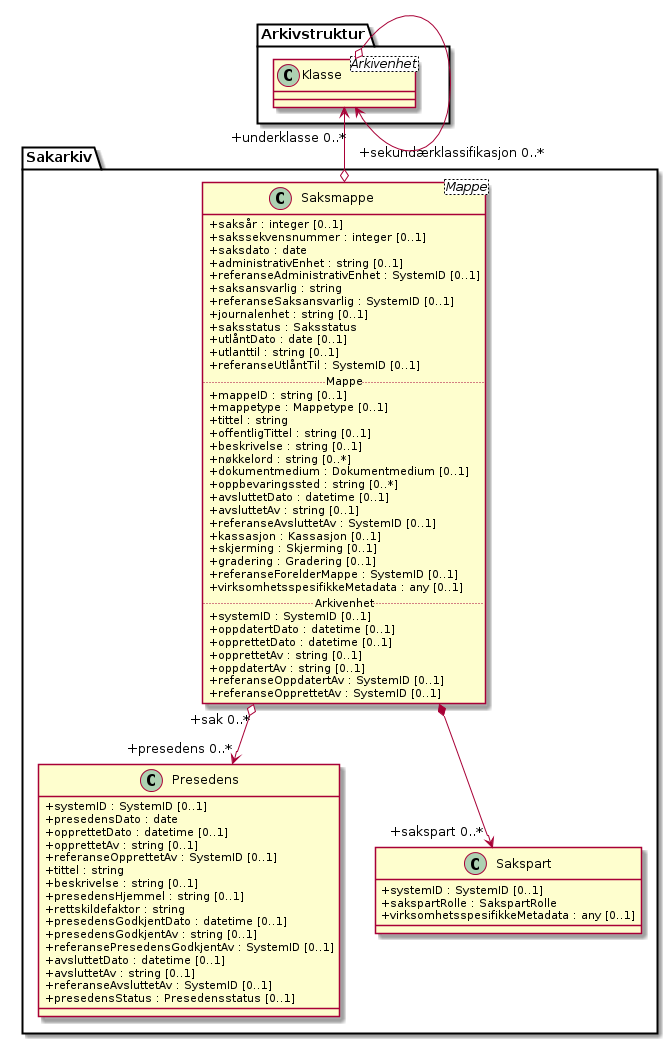
Above: kapitler/media/uml-saksmappe.png in arkivverket/noark5-tjenestegrensesnitt-standard (PlantUML), before the change. Its diagram source:
```plantuml
@startuml
skinparam classAttributeIconSize 0

class Sakarkiv.Saksmappe <Mappe> {
  +saksår : integer [0..1]
  +sakssekvensnummer : integer [0..1]
  +saksdato : date
  +administrativEnhet : string [0..1]
  +referanseAdministrativEnhet : SystemID [0..1]
  +saksansvarlig : string
  +referanseSaksansvarlig : SystemID [0..1]
  +journalenhet : string [0..1]
  +saksstatus : Saksstatus
  +utlåntDato : date [0..1]
  +utlanttil : string [0..1]
  +referanseUtlåntTil : SystemID [0..1]

  .. Mappe ..
  +mappeID : string [0..1]
  +mappetype : Mappetype [0..1]
  +tittel : string
  +offentligTittel : string [0..1]
  +beskrivelse : string [0..1]
  +nøkkelord : string [0..*]
  +dokumentmedium : Dokumentmedium [0..1]
  +oppbevaringssted : string [0..*]
  +avsluttetDato : datetime [0..1]
  +avsluttetAv : string [0..1]
  +referanseAvsluttetAv : SystemID [0..1]
  +kassasjon : Kassasjon [0..1]
  +skjerming : Skjerming [0..1]
  +gradering : Gradering [0..1]
  +referanseForelderMappe : SystemID [0..1]
  +virksomhetsspesifikkeMetadata : any [0..1]

  .. Arkivenhet ..
  +systemID : SystemID [0..1]
  +oppdatertDato : datetime [0..1]
  +opprettetDato : datetime [0..1]
  +opprettetAv : string [0..1]
  +oppdatertAv : string [0..1]
  +referanseOppdatertAv : SystemID [0..1]
  +referanseOpprettetAv : SystemID [0..1]
}
class Sakarkiv.Presedens {
  +systemID : SystemID [0..1]
  +presedensDato : date
  +opprettetDato : datetime [0..1]
  +opprettetAv : string [0..1]
  +referanseOpprettetAv : SystemID [0..1]
  +tittel : string
  +beskrivelse : string [0..1]
  +presedensHjemmel : string [0..1]
  +rettskildefaktor : string
  +presedensGodkjentDato : datetime [0..1]
  +presedensGodkjentAv : string [0..1]
  +referansePresedensGodkjentAv : SystemID [0..1]
  +avsluttetDato : datetime [0..1]
  +avsluttetAv : string [0..1]
  +referanseAvsluttetAv : SystemID [0..1]
  +presedensStatus : Presedensstatus [0..1]
}
class Sakarkiv.Sakspart {
  +systemID : SystemID [0..1]
  +sakspartRolle : SakspartRolle
  +virksomhetsspesifikkeMetadata : any [0..1]
}

class Arkivstruktur.Klasse <Arkivenhet>
Arkivstruktur.Klasse "\n\n+sekundærklassifikasjon 0..*"  <--o Sakarkiv.Saksmappe
Arkivstruktur.Klasse o--> "\n+underklasse 0..*" Arkivstruktur.Klasse
Sakarkiv.Saksmappe "+sak 0..*" o--> "+presedens 0..*" Sakarkiv.Presedens
Sakarkiv.Saksmappe *--> "+sakspart 0..*" Sakarkiv.Sakspart

@enduml
```
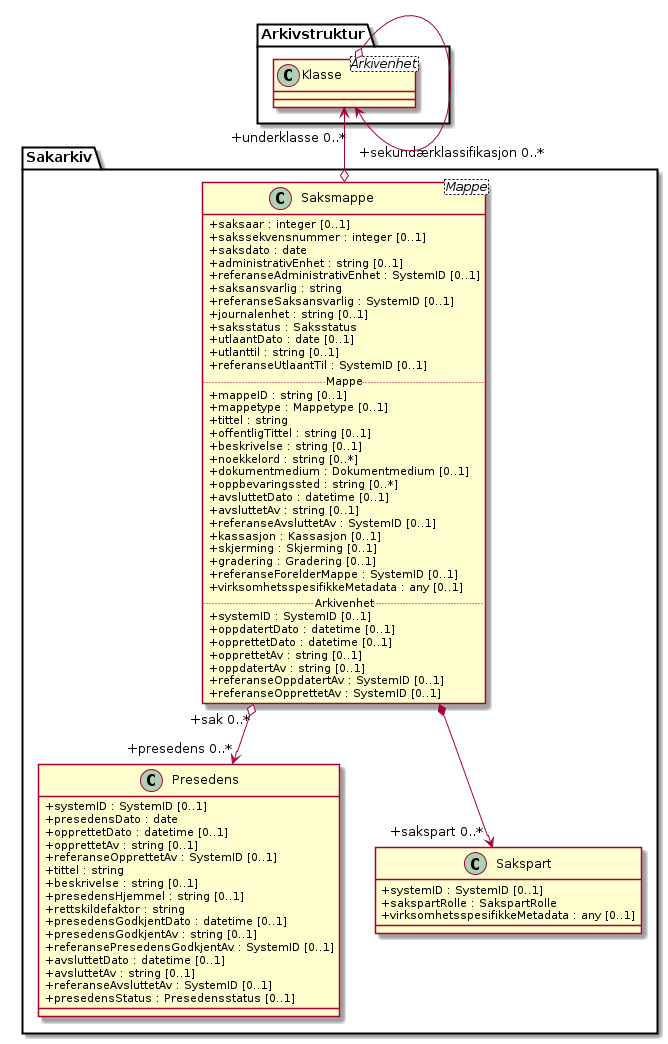
Later version of the same file.

What changed in the source:
```diff
@@ -2,7 +2,7 @@
 skinparam classAttributeIconSize 0
 
 class Sakarkiv.Saksmappe <Mappe> {
-  +saksår : integer [0..1]
+  +saksaar : integer [0..1]
   +sakssekvensnummer : integer [0..1]
   +saksdato : date
   +administrativEnhet : string [0..1]
@@ -11,9 +11,9 @@
   +referanseSaksansvarlig : SystemID [0..1]
   +journalenhet : string [0..1]
   +saksstatus : Saksstatus
-  +utlåntDato : date [0..1]
+  +utlaantDato : date [0..1]
   +utlanttil : string [0..1]
-  +referanseUtlåntTil : SystemID [0..1]
+  +referanseUtlaantTil : SystemID [0..1]
 
   .. Mappe ..
   +mappeID : string [0..1]
@@ -21,7 +21,7 @@
   +tittel : string
   +offentligTittel : string [0..1]
   +beskrivelse : string [0..1]
-  +nøkkelord : string [0..*]
+  +noekkelord : string [0..*]
   +dokumentmedium : Dokumentmedium [0..1]
   +oppbevaringssted : string [0..*]
   +avsluttetDato : datetime [0..1]
```
